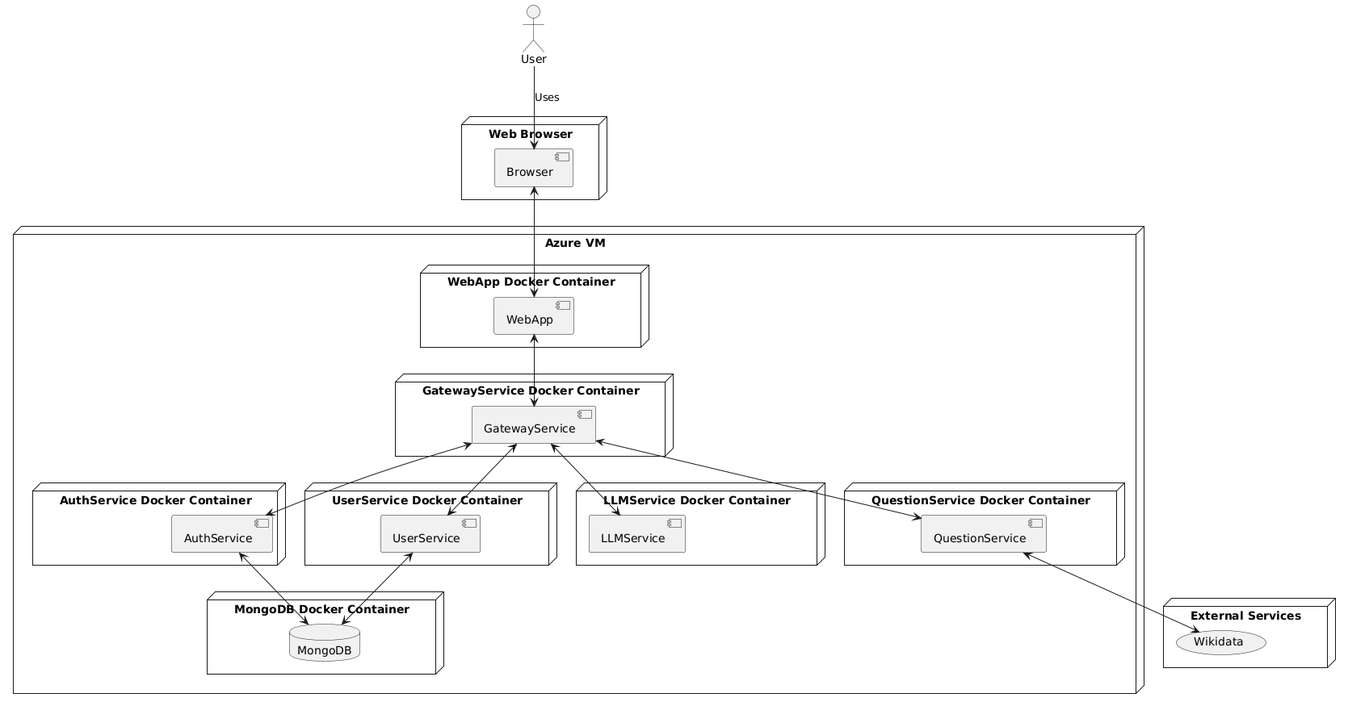
Arquisoft/wichat_es4c keeps this PlantUML diagram as docs/images/Deploy.png. Above is the earlier version. Its diagram source:
```plantuml
@startuml
actor "User" as user

node "Web Browser" {
    [Browser]
}

node "Azure VM" {

    node "WebApp Docker Container" as WebAppC {
        [WebApp]
    }

    node "GatewayService Docker Container" as GatewayC {
        [GatewayService]
    }

    node "AuthService Docker Container" as AuthC {
        [AuthService]
    }

    node "UserService Docker Container" as UserC {
        [UserService]
    }

    node "LLMService Docker Container" as LLMC {
        [LLMService]
    }

    node "QuestionService Docker Container" as QuestionC {
        [QuestionService]
    }

    node "MongoDB Docker Container" as MongoDBC {
        database "MongoDB"
    }
}

node "External Services" {
    (Wikidata)
}

user --> [Browser] : Uses

[Browser] <--> [WebApp]
[WebApp] <--> [GatewayService]

[GatewayService] <--> [AuthService]
[GatewayService] <--> [UserService]
[GatewayService] <--> [LLMService]
[GatewayService] <--> [QuestionService]

[AuthService] <--> [MongoDB]
[UserService] <--> [MongoDB]

[QuestionService] <--> [Wikidata]
@enduml
```
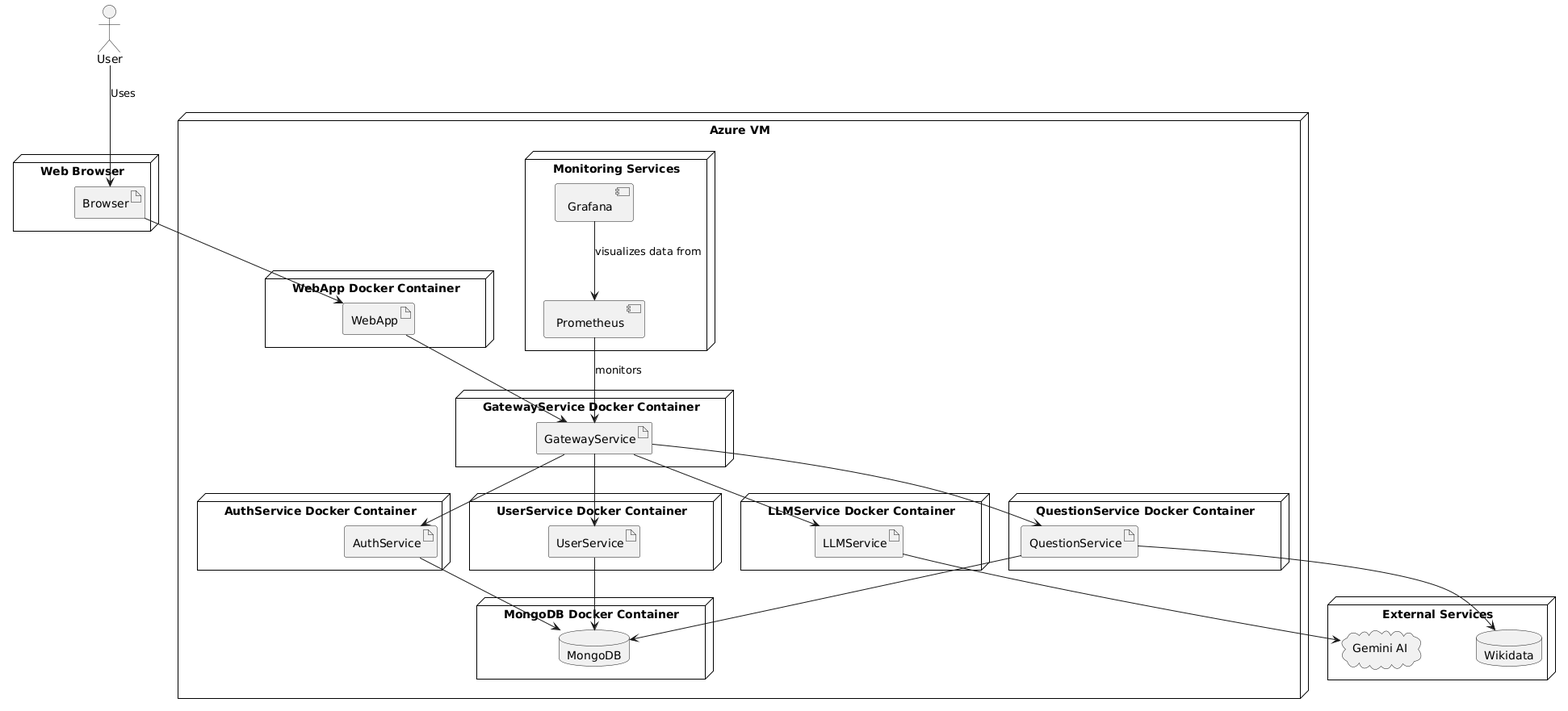
Later version of the same file.

Commit message:
Docu 07 actualizada

Change to the diagram source:
```diff
@@ -1,57 +1,67 @@
 @startuml
+skinparam nodeBorderColor black
+skinparam nodeFontColor black
+skinparam nodesep 70
+skinparam ranksep 50
+
 actor "User" as user
 
-node "Web Browser" {
-    [Browser]
+node "Web Browser" as browser {
+  artifact "Browser" as browserApp
 }
 
-node "Azure VM" {
+node "Azure VM" as azureVM {
+  node "WebApp Docker Container" as webAppContainer {
+    artifact "WebApp" as webApp
+  }
 
-    node "WebApp Docker Container" as WebAppC {
-        [WebApp]
-    }
+  node "GatewayService Docker Container" as gatewayContainer {
+    artifact "GatewayService" as gateway
+  }
 
-    node "GatewayService Docker Container" as GatewayC {
-        [GatewayService]
-    }
+  node "AuthService Docker Container" as authContainer {
+    artifact "AuthService" as auth
+  }
 
-    node "AuthService Docker Container" as AuthC {
-        [AuthService]
-    }
+  node "UserService Docker Container" as userContainer {
+    artifact "UserService" as userService
+  }
 
-    node "UserService Docker Container" as UserC {
-        [UserService]
-    }
+  node "LLMService Docker Container" as llmContainer {
+    artifact "LLMService" as llmService
+  }
 
-    node "LLMService Docker Container" as LLMC {
-        [LLMService]
-    }
+  node "QuestionService Docker Container" as questionContainer {
+    artifact "QuestionService" as questionService
+  }
 
-    node "QuestionService Docker Container" as QuestionC {
-        [QuestionService]
-    }
+  node "MongoDB Docker Container" as mongoContainer {
+    database "MongoDB" as mongodb
+  }
 
-    node "MongoDB Docker Container" as MongoDBC {
-        database "MongoDB"
-    }
+  node "Monitoring Services" as monitoringServices {
+    component "Grafana" as grafana
+    component "Prometheus" as prometheus
+  }
 }
 
-node "External Services" {
-    (Wikidata)
+node "External Services" as externalServices {
+  database "Wikidata" as wikidata
+  cloud "Gemini AI" as geminiAI
 }
 
-user --> [Browser] : Uses
-
-[Browser] <--> [WebApp]
-[WebApp] <--> [GatewayService]
-
-[GatewayService] <--> [AuthService]
-[GatewayService] <--> [UserService]
-[GatewayService] <--> [LLMService]
-[GatewayService] <--> [QuestionService]
-
-[AuthService] <--> [MongoDB]
-[UserService] <--> [MongoDB]
-
-[QuestionService] <--> [Wikidata]
+user --> browserApp : Uses
+browserApp --> webApp
+webApp --> gateway
+gateway --> auth
+gateway --> userService
+gateway --> llmService
+gateway --> questionService
+auth --> mongodb
+userService --> mongodb
+questionService --> mongodb
+questionService --> wikidata
+llmService --> geminiAI
+prometheus --> gateway : monitors
+grafana --> prometheus : visualizes data from
 @enduml
```
